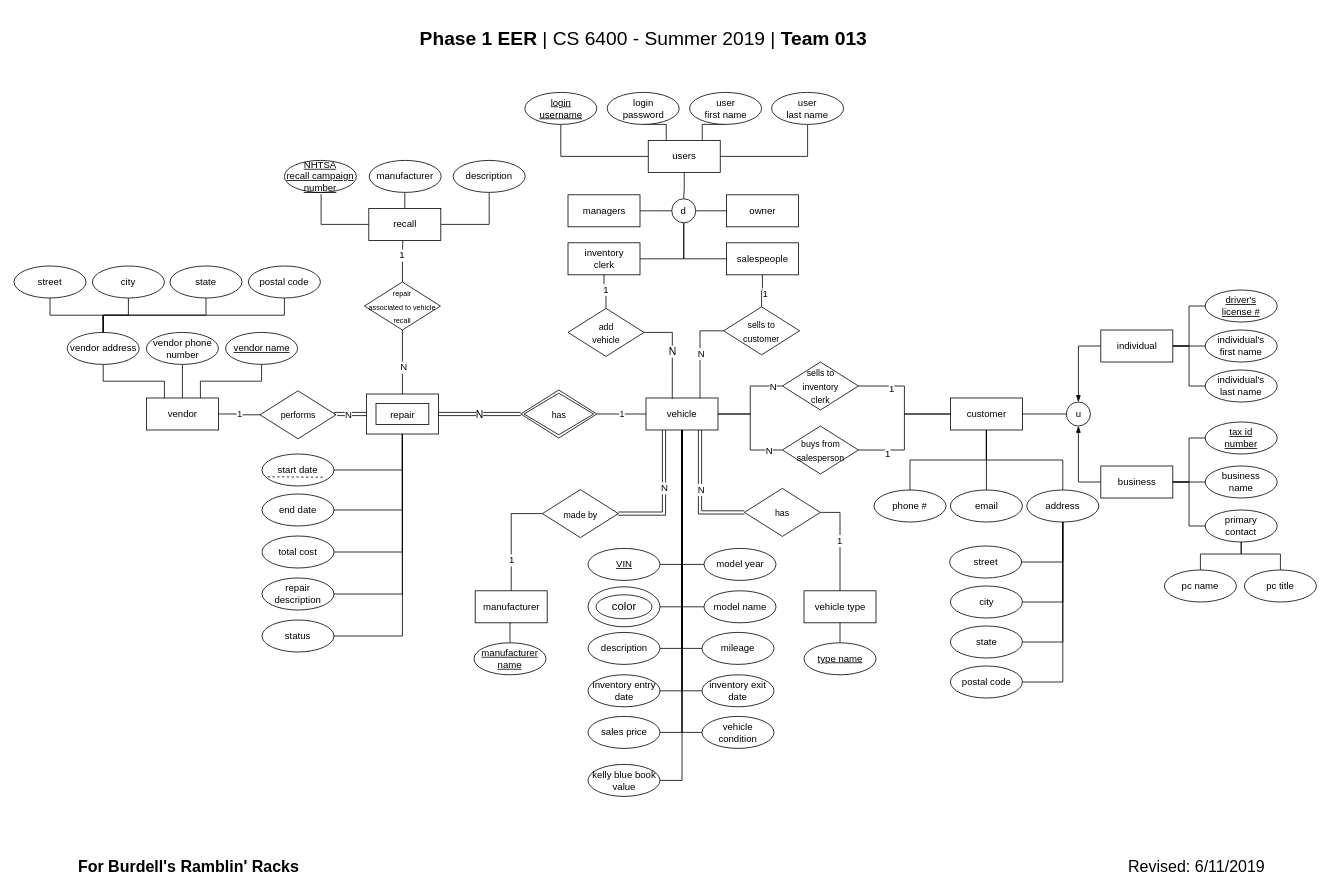
Before: page "cleaned-1" (2 of 2) of phase_1/eer_draft.drawio in meetashok/cs6400-crud-app, a draw.io diagram. Source tidied: cells renumbered, new cells numbered last; positions are measured from the earlier drawing's top-left corner, leaving out a move shared by most shapes. Both pictures are drawn from the tidied source at 80%, with x=0, y=0 at pixel (14, 26).
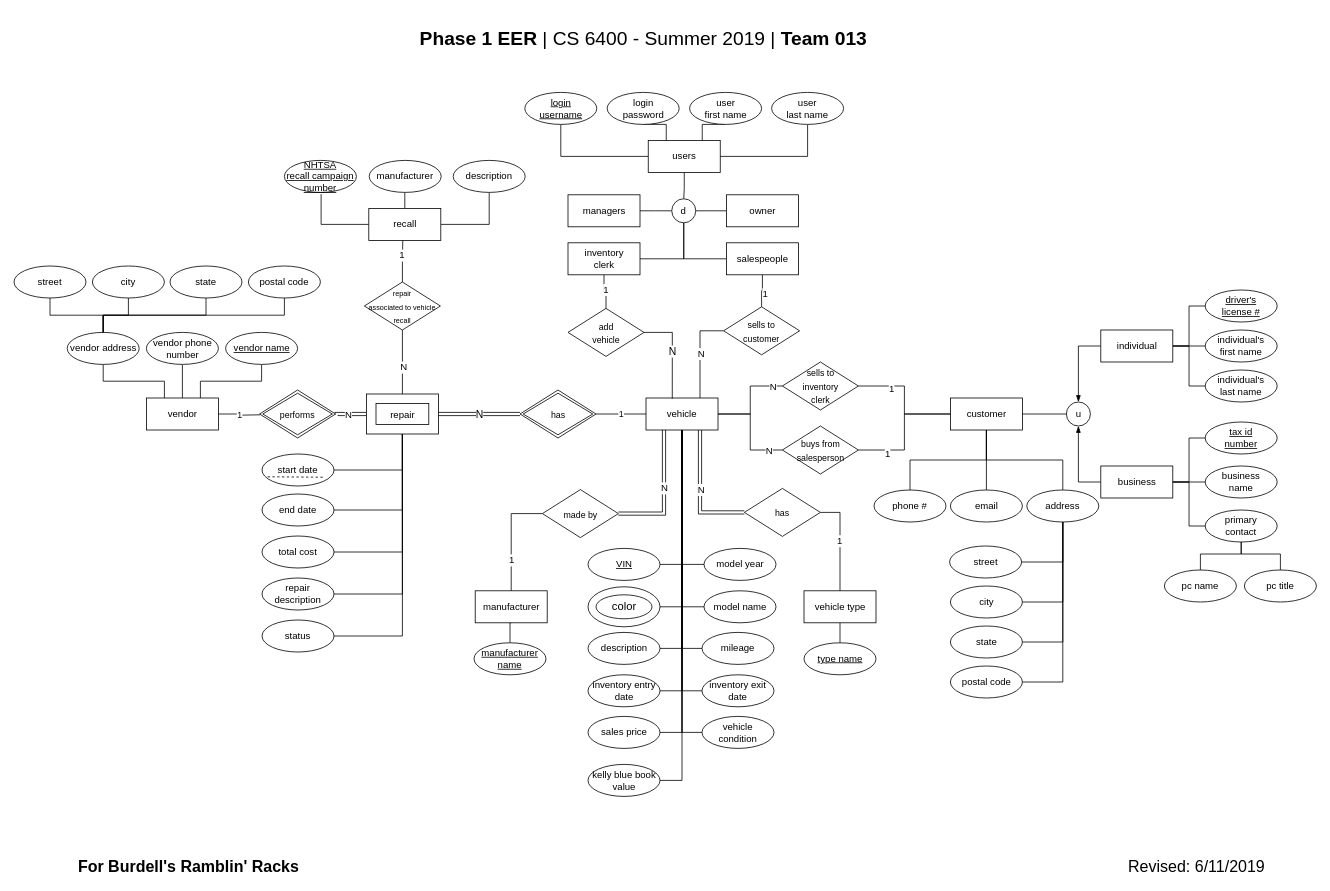
Above is the later version.

Commit message (it also covers changes not shown here):
adding newly updated diagrams for EER and IFD

The change refers to these unchanged cells:
```xml
<mxCell id="101" value="&lt;font style=&quot;font-size: 12px&quot;&gt;repair&lt;/font&gt;" style="shape=ext;strokeWidth=1;margin=10;double=1;whiteSpace=wrap;html=1;align=center;fontSize=14;shadow=0;" parent="1" vertex="1">
  <mxGeometry x="440.5" y="460" width="90" height="50" as="geometry" />
</mxCell>
<mxCell id="122" value="vendor&lt;br&gt;" style="rounded=0;whiteSpace=wrap;html=1;" parent="1" vertex="1">
  <mxGeometry x="165.5" y="465" width="90" height="40" as="geometry" />
</mxCell>
```

The edit, as a diff of the source:
```diff
@@
-    <mxCell id="99" style="edgeStyle=orthogonalEdgeStyle;rounded=0;jettySize=auto;html=1;exitX=0;exitY=0.5;exitDx=0;exitDy=0;entryX=1;entryY=0.5;entryDx=0;entryDy=0;endArrow=none;endFill=0;shape=link;" parent="1" edge="1" source="101" target="127">
-      <mxGeometry relative="1" as="geometry" />
+    <mxCell id="99" style="edgeStyle=orthogonalEdgeStyle;rounded=0;jettySize=auto;html=1;exitX=0;exitY=0.5;exitDx=0;exitDy=0;entryX=1;entryY=0.5;entryDx=0;entryDy=0;endArrow=none;endFill=0;shape=link;" parent="1" edge="1" source="101">
+      <mxGeometry relative="1" as="geometry">
+        <mxPoint x="403" y="486" as="targetPoint" />
+      </mxGeometry>
     </mxCell>
@@
     <mxCell id="104" value="&lt;span style=&quot;font-size: 11px&quot;&gt;has&lt;/span&gt;" style="shape=rhombus;double=1;strokeWidth=1;fontSize=17;perimeter=rhombusPerimeter;whiteSpace=wrap;html=1;align=center;fontSize=14;shadow=0;" parent="1" vertex="1">
-      <mxGeometry x="633.5" y="455" width="95" height="60" as="geometry" />
+      <mxGeometry x="632.5" y="455" width="95" height="60" as="geometry" />
     </mxCell>
@@
-    <mxCell id="126" value="1" style="edgeStyle=orthogonalEdgeStyle;rounded=0;jettySize=auto;html=1;entryX=1;entryY=0.5;entryDx=0;entryDy=0;endArrow=none;endFill=0;" parent="1" edge="1" source="127" target="122">
-      <mxGeometry relative="1" as="geometry" />
+    <mxCell id="126" value="1" style="edgeStyle=orthogonalEdgeStyle;rounded=0;jettySize=auto;html=1;entryX=1;entryY=0.5;entryDx=0;entryDy=0;endArrow=none;endFill=0;" parent="1" edge="1" target="122">
+      <mxGeometry relative="1" as="geometry">
+        <mxPoint x="307.5" y="486" as="sourcePoint" />
+      </mxGeometry>
     </mxCell>
-    <mxCell id="127" value="&lt;span style=&quot;font-size: 11px&quot;&gt;performs&lt;/span&gt;&lt;br style=&quot;font-size: 13px&quot;&gt;" style="shape=rhombus;strokeWidth=1;fontSize=13;perimeter=rhombusPerimeter;whiteSpace=wrap;html=1;align=center;fontSize=14;" parent="1" vertex="1">
-      <mxGeometry x="307.5" y="456" width="95" height="60" as="geometry" />
-    </mxCell>
@@
+    <mxCell id="127" value="&lt;span style=&quot;font-size: 11px&quot;&gt;performs&lt;/span&gt;" style="shape=rhombus;double=1;strokeWidth=1;fontSize=17;perimeter=rhombusPerimeter;whiteSpace=wrap;html=1;align=center;fontSize=14;shadow=0;" parent="1" vertex="1">
+      <mxGeometry x="307" y="455" width="95" height="60" as="geometry" />
+    </mxCell>
```
